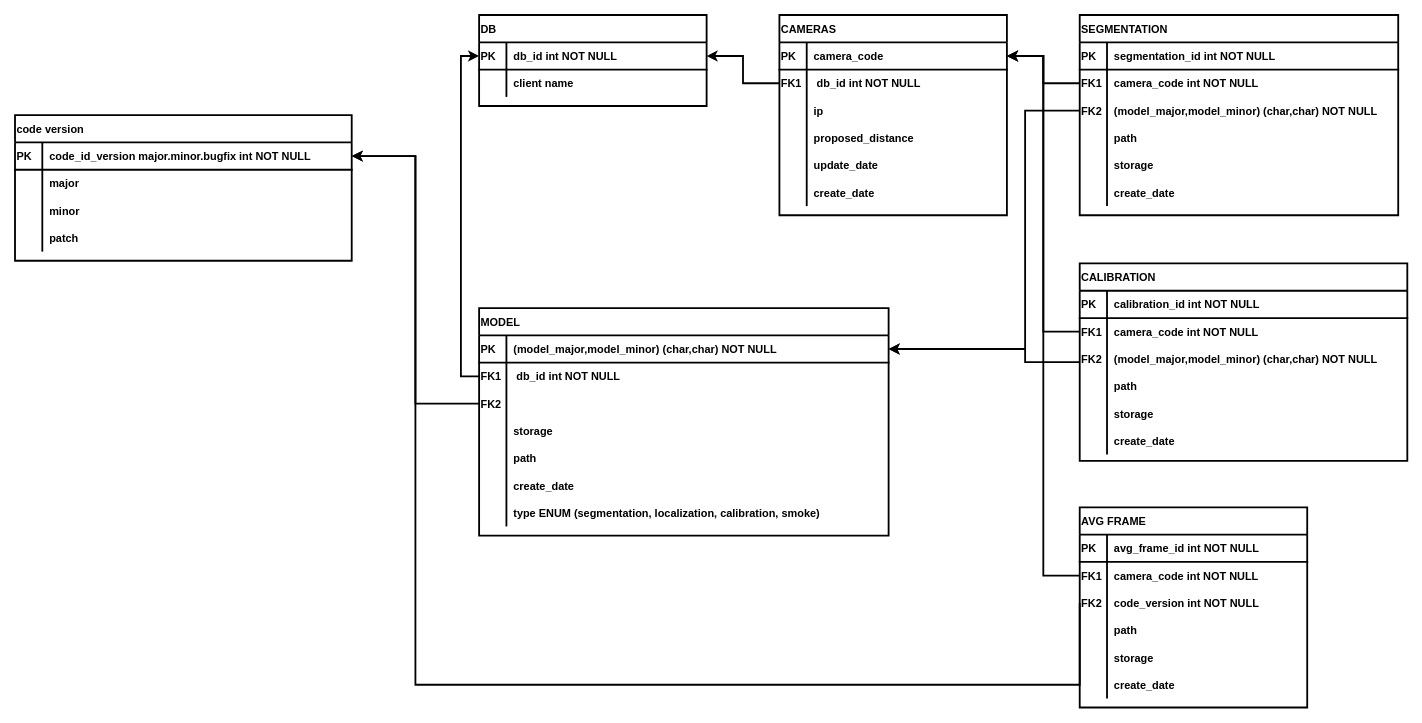
The draw.io diagram DIRIF_ENTITY_RELATIONSHIP.drawio in Mona-Cyclope/DrawIOGraphs, before the edit. Source tidied: cells renumbered, new cells numbered last; positions are measured from the earlier drawing's top-left corner, leaving out a move shared by most shapes. Both pictures are drawn from the tidied source at 91%, with x=0, y=0 at pixel (15, 15).
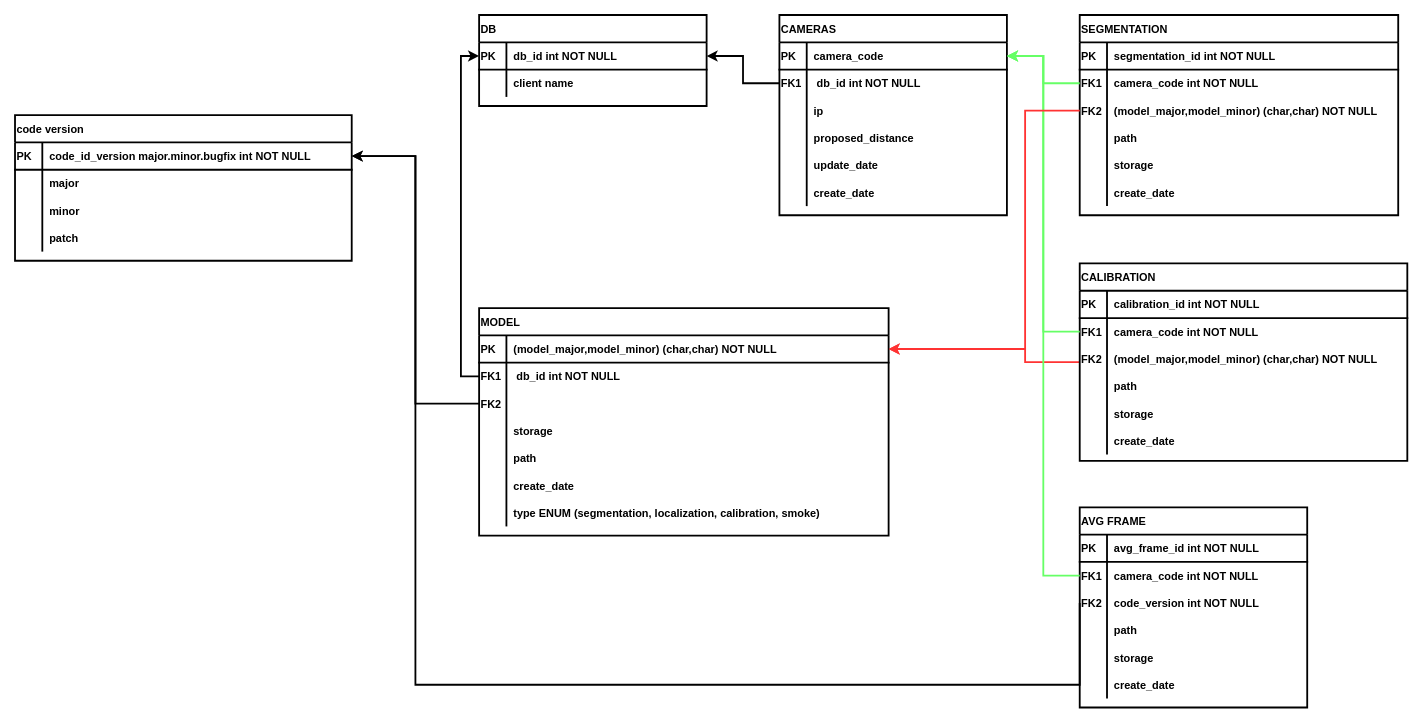
The same diagram, later.

Commit message (it also covers changes not shown here):
Mettre à jour DIRIF_ENTITY_RELATIONSHIP.drawio

Unchanged cells that the change refers to:
```xml
<mxCell id="6" style="shape=partialRectangle;points=[[0,0.5],[1,0.5]];portConstraint=eastwest;top=0;left=0;right=0;bottom=0;strokeWidth=2;strokeColor=default;fillColor=none;startSize=30;fontStyle=1;align=left;" parent="2" vertex="1">
  <mxGeometry y="60" width="350" height="30" as="geometry" />
</mxCell>
<mxCell id="9" style="shape=tableRow;horizontal=0;startSize=0;swimlaneHead=0;swimlaneBody=0;points=[[0,0.5],[1,0.5]];portConstraint=eastwest;top=0;left=0;right=0;bottom=0;strokeWidth=2;strokeColor=default;fillColor=none;fontStyle=1;align=left;" parent="2" vertex="1">
  <mxGeometry y="90" width="350" height="30" as="geometry" />
</mxCell>
<mxCell id="22" value="CALIBRATION" style="shape=table;startSize=30;childLayout=tableLayout;rowLines=0;fontStyle=1;align=left;strokeWidth=2;strokeColor=default;fillColor=none;" parent="1" vertex="1">
  <mxGeometry x="1170" y="273" width="360" height="217" as="geometry" />
</mxCell>
<mxCell id="26" style="shape=partialRectangle;points=[[0,0.5],[1,0.5]];portConstraint=eastwest;top=0;left=0;right=0;bottom=0;strokeWidth=2;strokeColor=default;fillColor=none;startSize=30;fontStyle=1;align=left;" parent="22" vertex="1">
  <mxGeometry y="60" width="360" height="30" as="geometry" />
</mxCell>
<mxCell id="42" style="shape=partialRectangle;points=[[0,0.5],[1,0.5]];portConstraint=eastwest;top=0;left=0;right=0;bottom=1;strokeWidth=2;strokeColor=default;fillColor=none;startSize=30;fontStyle=1;align=left;" parent="41" vertex="1">
  <mxGeometry y="30" width="250" height="30" as="geometry" />
</mxCell>
<mxCell id="65" style="shape=partialRectangle;points=[[0,0.5],[1,0.5]];portConstraint=eastwest;top=0;left=0;right=0;bottom=0;strokeWidth=2;strokeColor=default;fillColor=none;startSize=30;fontStyle=1;align=left;" parent="61" vertex="1">
  <mxGeometry y="60" width="250" height="30" as="geometry" />
</mxCell>
<mxCell id="91" style="shape=partialRectangle;points=[[0,0.5],[1,0.5]];portConstraint=eastwest;top=0;left=0;right=0;bottom=1;strokeWidth=2;strokeColor=default;fillColor=none;startSize=30;fontStyle=1;align=left;" parent="90" vertex="1">
  <mxGeometry y="30" width="450" height="30" as="geometry" />
</mxCell>
```

The edit, as a diff of the source:
```diff
@@
-    <mxCell id="21" style="edgeStyle=orthogonalEdgeStyle;rounded=0;jettySize=auto;html=1;exitX=0;exitY=0.5;exitDx=0;exitDy=0;entryX=1;entryY=0.5;entryDx=0;entryDy=0;strokeWidth=2;strokeColor=default;fontSize=12;fillColor=none;startSize=30;fontStyle=1;align=left;" parent="1" edge="1" source="22" target="91">
+    <mxCell id="21" style="edgeStyle=orthogonalEdgeStyle;rounded=0;jettySize=auto;html=1;exitX=0;exitY=0.5;exitDx=0;exitDy=0;entryX=1;entryY=0.5;entryDx=0;entryDy=0;strokeWidth=2;strokeColor=#FF3333;fontSize=12;fillColor=none;startSize=30;fontStyle=1;align=left;" parent="1" edge="1" source="22" target="91">
       <mxGeometry relative="1" as="geometry">
         <Array as="points">
           <mxPoint x="1110" y="381" />
           <mxPoint x="1110" y="367" />
         </Array>
       </mxGeometry>
     </mxCell>
@@
-    <mxCell id="60" style="edgeStyle=orthogonalEdgeStyle;rounded=0;jettySize=auto;html=1;exitX=0;exitY=0.5;exitDx=0;exitDy=0;entryX=1;entryY=0.5;entryDx=0;entryDy=0;strokeWidth=2;strokeColor=default;fontSize=12;fillColor=none;startSize=30;fontStyle=1;align=left;" parent="1" edge="1" source="26" target="42">
+    <mxCell id="60" style="edgeStyle=orthogonalEdgeStyle;rounded=0;jettySize=auto;html=1;exitX=0;exitY=0.5;exitDx=0;exitDy=0;entryX=1;entryY=0.5;entryDx=0;entryDy=0;strokeWidth=2;strokeColor=#66FF66;fontSize=12;fillColor=none;startSize=30;fontStyle=1;align=left;" parent="1" edge="1" source="26" target="42">
       <mxGeometry relative="1" as="geometry" />
     </mxCell>
@@
-    <mxCell id="80" style="edgeStyle=orthogonalEdgeStyle;rounded=0;jettySize=auto;html=1;exitX=0;exitY=0.5;exitDx=0;exitDy=0;entryX=1;entryY=0.5;entryDx=0;entryDy=0;strokeWidth=2;strokeColor=default;fontSize=12;fillColor=none;startSize=30;fontStyle=1;align=left;" parent="1" edge="1" source="65" target="42">
+    <mxCell id="80" style="edgeStyle=orthogonalEdgeStyle;rounded=0;jettySize=auto;html=1;exitX=0;exitY=0.5;exitDx=0;exitDy=0;entryX=1;entryY=0.5;entryDx=0;entryDy=0;strokeWidth=2;strokeColor=#66FF66;fontSize=12;fillColor=none;startSize=30;fontStyle=1;align=left;" parent="1" edge="1" source="65" target="42">
       <mxGeometry relative="1" as="geometry" />
     </mxCell>
-    <mxCell id="81" style="edgeStyle=orthogonalEdgeStyle;rounded=0;jettySize=auto;html=1;exitX=0;exitY=0.5;exitDx=0;exitDy=0;entryX=1;entryY=0.5;entryDx=0;entryDy=0;strokeWidth=2;strokeColor=default;fontSize=12;fillColor=none;startSize=30;fontStyle=1;align=left;" parent="1" edge="1" source="6" target="42">
+    <mxCell id="81" style="edgeStyle=orthogonalEdgeStyle;rounded=0;jettySize=auto;html=1;exitX=0;exitY=0.5;exitDx=0;exitDy=0;entryX=1;entryY=0.5;entryDx=0;entryDy=0;strokeWidth=2;strokeColor=#66FF66;fontSize=12;fillColor=none;startSize=30;fontStyle=1;align=left;" parent="1" edge="1" source="6" target="42">
       <mxGeometry relative="1" as="geometry" />
     </mxCell>
@@
-    <mxCell id="128" style="edgeStyle=orthogonalEdgeStyle;rounded=0;jettySize=auto;html=1;exitX=0;exitY=0.5;exitDx=0;exitDy=0;entryX=1;entryY=0.5;entryDx=0;entryDy=0;strokeWidth=2;strokeColor=default;fontSize=12;fillColor=none;startSize=30;fontStyle=1;align=left;" parent="1" edge="1" source="9" target="91">
+    <mxCell id="128" style="edgeStyle=orthogonalEdgeStyle;rounded=0;jettySize=auto;html=1;exitX=0;exitY=0.5;exitDx=0;exitDy=0;entryX=1;entryY=0.5;entryDx=0;entryDy=0;strokeWidth=2;strokeColor=#FF3333;fontSize=12;fillColor=none;startSize=30;fontStyle=1;align=left;" parent="1" edge="1" source="9" target="91">
       <mxGeometry relative="1" as="geometry">
         <Array as="points">
           <mxPoint x="1110" y="105" />
           <mxPoint x="1110" y="367" />
         </Array>
       </mxGeometry>
     </mxCell>
```
